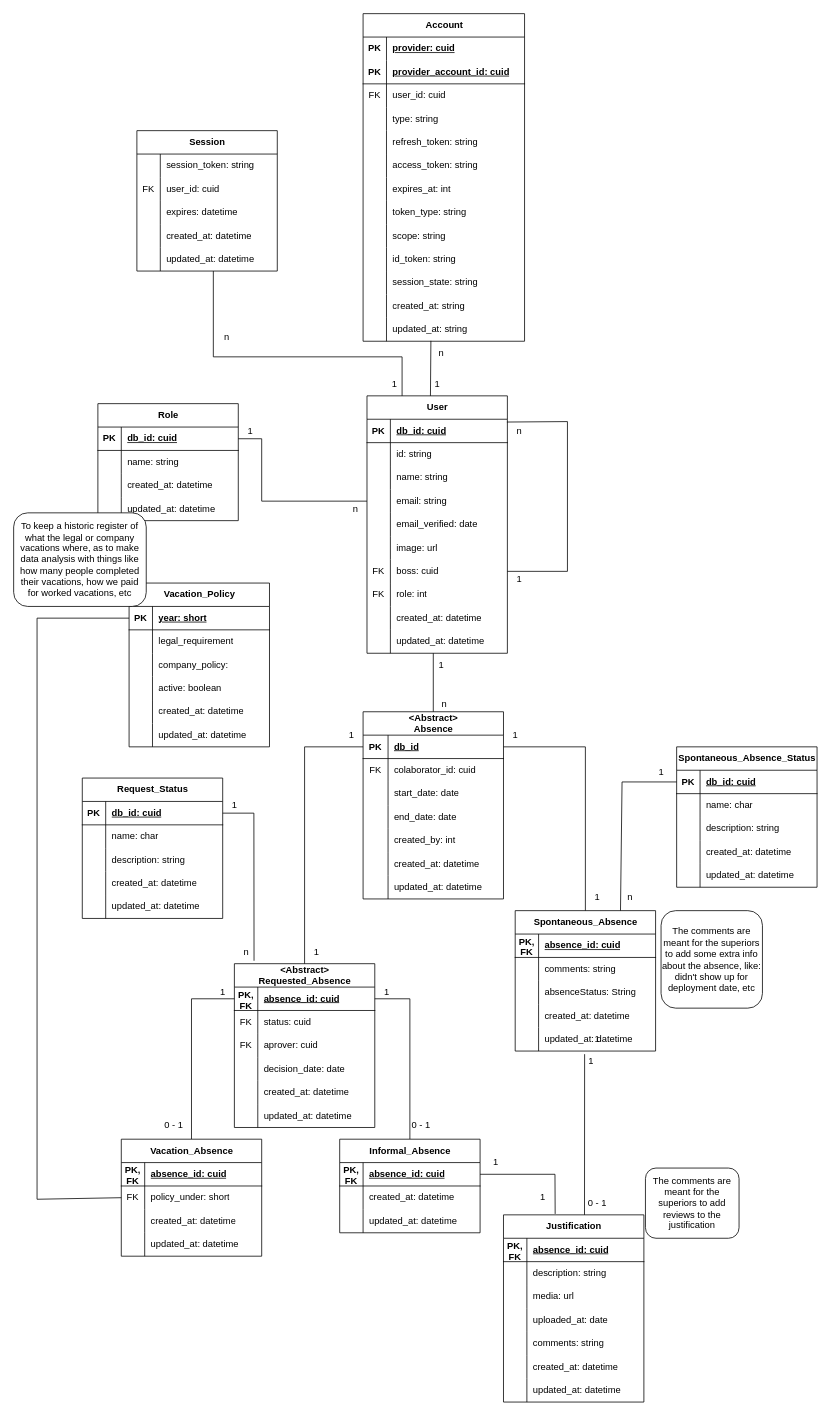
Above: GestionHumana.drawio in Proyecto-de-Ingenieria-III-EIA/sistema-de-gestion-de-vacaciones (draw.io), before the change. Source tidied: cells renumbered, new cells numbered last; positions are measured from the earlier drawing's top-left corner, leaving out a move shared by most shapes. Both pictures are drawn from the tidied source at 78%, with x=0, y=0 at pixel (13, 13).
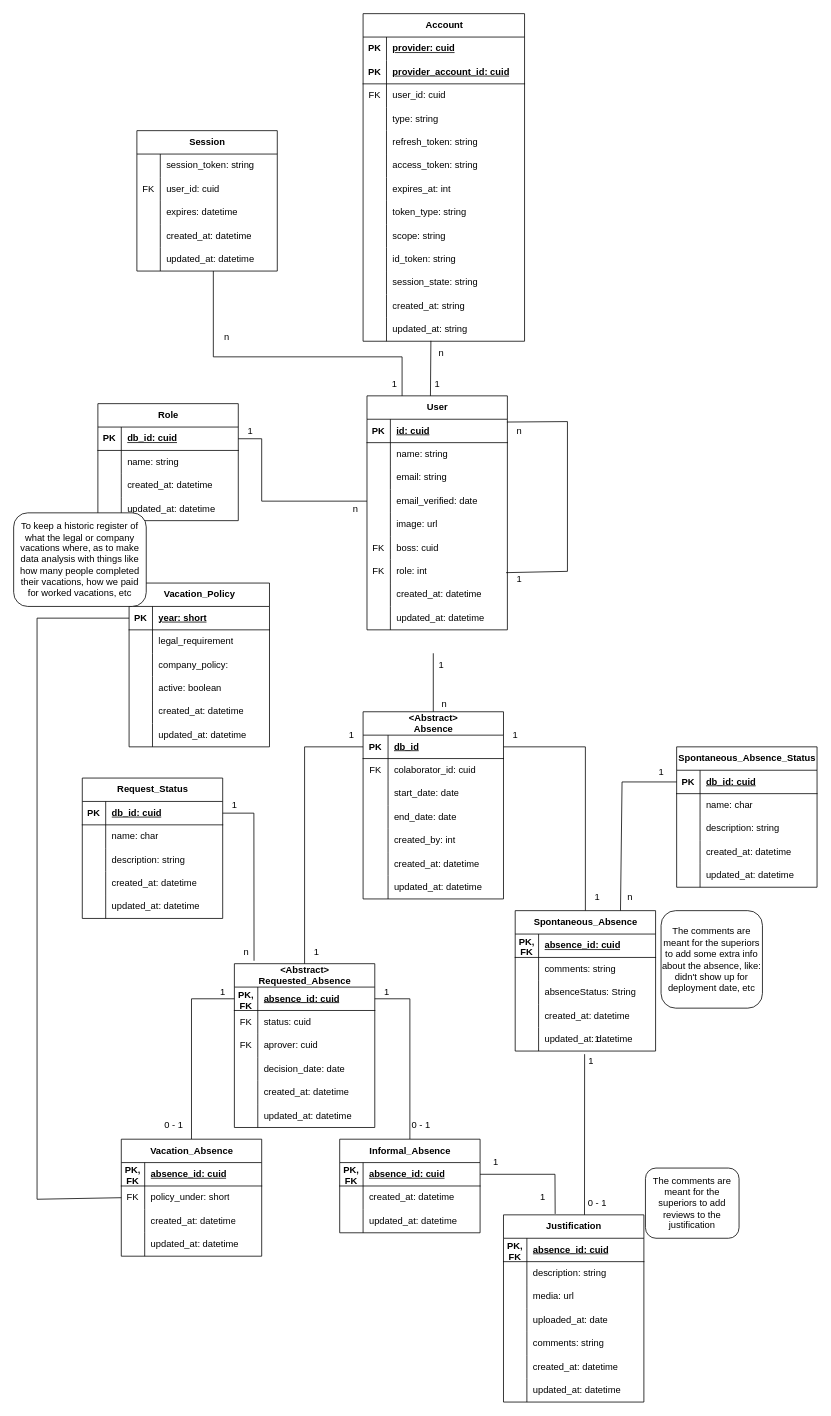
The same page after the edit.

Unchanged cells that the change refers to:
```xml
<mxCell id="3" style="shape=tableRow;horizontal=0;startSize=0;swimlaneHead=0;swimlaneBody=0;fillColor=none;top=0;left=0;right=0;bottom=1;" parent="2" vertex="1">
  <mxGeometry y="30" width="180" height="30" as="geometry" />
</mxCell>
<mxCell id="90" style="shape=tableRow;horizontal=0;startSize=0;swimlaneHead=0;swimlaneBody=0;fillColor=none;points=[[0,0.5],[1,0.5]];portConstraint=eastwest;top=0;left=0;right=0;bottom=1;" parent="89" vertex="1">
  <mxGeometry y="30" width="180" height="30" as="geometry" />
</mxCell>
<mxCell id="249" value="1" style="text;html=1;align=center;verticalAlign=middle;points=[];strokeColor=none;fillColor=none;" parent="1" vertex="1">
  <mxGeometry x="633" y="710" width="30" height="30" as="geometry" />
</mxCell>
<mxCell id="250" value="n" style="text;html=1;align=center;verticalAlign=middle;points=[];strokeColor=none;fillColor=none;" parent="1" vertex="1">
  <mxGeometry x="633" y="520" width="30" height="30" as="geometry" />
</mxCell>
```

Change to the diagram source:
```diff
@@
     <mxCell id="2" value="User" style="shape=table;startSize=30;childLayout=tableLayout;rowLines=0;fontStyle=1;align=center;html=1;" parent="1" vertex="1">
-      <mxGeometry x="453" y="490" width="180" height="330" as="geometry" />
+      <mxGeometry x="453" y="490" width="180" height="300" as="geometry" />
     </mxCell>
@@
-    <mxCell id="5" value="db_id: cuid" style="shape=partialRectangle;fillColor=none;top=0;left=0;bottom=0;right=0;align=left;spacingLeft=6;fontStyle=5;overflow=hidden;whiteSpace=wrap;html=1;" parent="3" vertex="1">
+    <mxCell id="5" value="id: cuid" style="shape=partialRectangle;fillColor=none;top=0;left=0;bottom=0;right=0;align=left;spacingLeft=6;fontStyle=5;overflow=hidden;whiteSpace=wrap;html=1;" parent="3" vertex="1">
       <mxGeometry x="30" width="150" height="30" as="geometry" />
     </mxCell>
-    <mxCell id="6" style="shape=tableRow;horizontal=0;startSize=0;swimlaneHead=0;swimlaneBody=0;fillColor=none;top=0;left=0;right=0;bottom=0;" parent="2" vertex="1">
-      <mxGeometry y="60" width="180" height="30" as="geometry" />
-    </mxCell>
-    <mxCell id="7" style="shape=partialRectangle;fillColor=none;top=0;left=0;bottom=0;right=0;overflow=hidden;whiteSpace=wrap;html=1;" parent="6" vertex="1">
-      <mxGeometry width="30" height="30" as="geometry" />
-    </mxCell>
-    <mxCell id="8" value="id: string" style="shape=partialRectangle;fillColor=none;top=0;left=0;bottom=0;right=0;align=left;spacingLeft=6;overflow=hidden;whiteSpace=wrap;html=1;" parent="6" vertex="1">
-      <mxGeometry x="30" width="150" height="30" as="geometry" />
-    </mxCell>
     <mxCell id="9" style="shape=tableRow;horizontal=0;startSize=0;swimlaneHead=0;swimlaneBody=0;fillColor=none;top=0;left=0;right=0;bottom=0;" parent="2" vertex="1">
-      <mxGeometry y="90" width="180" height="30" as="geometry" />
+      <mxGeometry y="60" width="180" height="30" as="geometry" />
     </mxCell>
@@
     <mxCell id="12" style="shape=tableRow;horizontal=0;startSize=0;swimlaneHead=0;swimlaneBody=0;fillColor=none;points=[[0,0.5],[1,0.5]];portConstraint=eastwest;top=0;left=0;right=0;bottom=0;" parent="2" vertex="1">
-      <mxGeometry y="120" width="180" height="30" as="geometry" />
+      <mxGeometry y="90" width="180" height="30" as="geometry" />
     </mxCell>
@@
     <mxCell id="15" style="shape=tableRow;horizontal=0;startSize=0;swimlaneHead=0;swimlaneBody=0;fillColor=none;points=[[0,0.5],[1,0.5]];portConstraint=eastwest;top=0;left=0;right=0;bottom=0;" parent="2" vertex="1">
-      <mxGeometry y="150" width="180" height="30" as="geometry" />
+      <mxGeometry y="120" width="180" height="30" as="geometry" />
     </mxCell>
@@
     <mxCell id="18" style="shape=tableRow;horizontal=0;startSize=0;swimlaneHead=0;swimlaneBody=0;fillColor=none;top=0;left=0;right=0;bottom=0;" parent="2" vertex="1">
-      <mxGeometry y="180" width="180" height="30" as="geometry" />
+      <mxGeometry y="150" width="180" height="30" as="geometry" />
     </mxCell>
@@
     <mxCell id="21" style="shape=tableRow;horizontal=0;startSize=0;swimlaneHead=0;swimlaneBody=0;fillColor=none;points=[[0,0.5],[1,0.5]];portConstraint=eastwest;top=0;left=0;right=0;bottom=0;" parent="2" vertex="1">
-      <mxGeometry y="210" width="180" height="30" as="geometry" />
+      <mxGeometry y="180" width="180" height="30" as="geometry" />
     </mxCell>
@@
     <mxCell id="24" style="shape=tableRow;horizontal=0;startSize=0;swimlaneHead=0;swimlaneBody=0;fillColor=none;top=0;left=0;right=0;bottom=0;" parent="2" vertex="1">
-      <mxGeometry y="240" width="180" height="30" as="geometry" />
+      <mxGeometry y="210" width="180" height="30" as="geometry" />
     </mxCell>
@@
     <mxCell id="27" style="shape=tableRow;horizontal=0;startSize=0;swimlaneHead=0;swimlaneBody=0;fillColor=none;top=0;left=0;right=0;bottom=0;" parent="2" vertex="1">
-      <mxGeometry y="270" width="180" height="30" as="geometry" />
+      <mxGeometry y="240" width="180" height="30" as="geometry" />
     </mxCell>
@@
     <mxCell id="30" style="shape=tableRow;horizontal=0;startSize=0;swimlaneHead=0;swimlaneBody=0;fillColor=none;top=0;left=0;right=0;bottom=0;" parent="2" vertex="1">
-      <mxGeometry y="300" width="180" height="30" as="geometry" />
+      <mxGeometry y="270" width="180" height="30" as="geometry" />
     </mxCell>
@@
-    <mxCell id="248" style="endArrow=none;html=1;rounded=0;exitX=1;exitY=0.5;exitDx=0;exitDy=0;entryX=0;entryY=0.5;entryDx=0;entryDy=0;" parent="1" edge="1" source="90" target="12">
+    <mxCell id="248" style="endArrow=none;html=1;rounded=0;exitX=1;exitY=0.5;exitDx=0;exitDy=0;entryX=0;entryY=0.5;entryDx=0;entryDy=0;" parent="1" edge="1" source="90" target="15">
       <mxGeometry relative="1" as="geometry">
         <Array as="points">
           <mxPoint x="318" y="545" />
           <mxPoint x="318" y="625" />
         </Array>
       </mxGeometry>
     </mxCell>
@@
-    <mxCell id="268" style="endArrow=none;html=1;rounded=0;exitX=1;exitY=0.5;exitDx=0;exitDy=0;entryX=-0.022;entryY=0.119;entryDx=0;entryDy=0;entryPerimeter=0;" parent="1" edge="1" source="21" target="250">
+    <mxCell id="268" style="endArrow=none;html=1;rounded=0;exitX=-0.056;exitY=0.222;exitDx=0;exitDy=0;entryX=-0.022;entryY=0.119;entryDx=0;entryDy=0;entryPerimeter=0;exitPerimeter=0;" parent="1" edge="1" source="249" target="250">
       <mxGeometry relative="1" as="geometry">
         <Array as="points">
           <mxPoint x="710" y="715" />
           <mxPoint x="710" y="523" />
         </Array>
       </mxGeometry>
     </mxCell>
```
